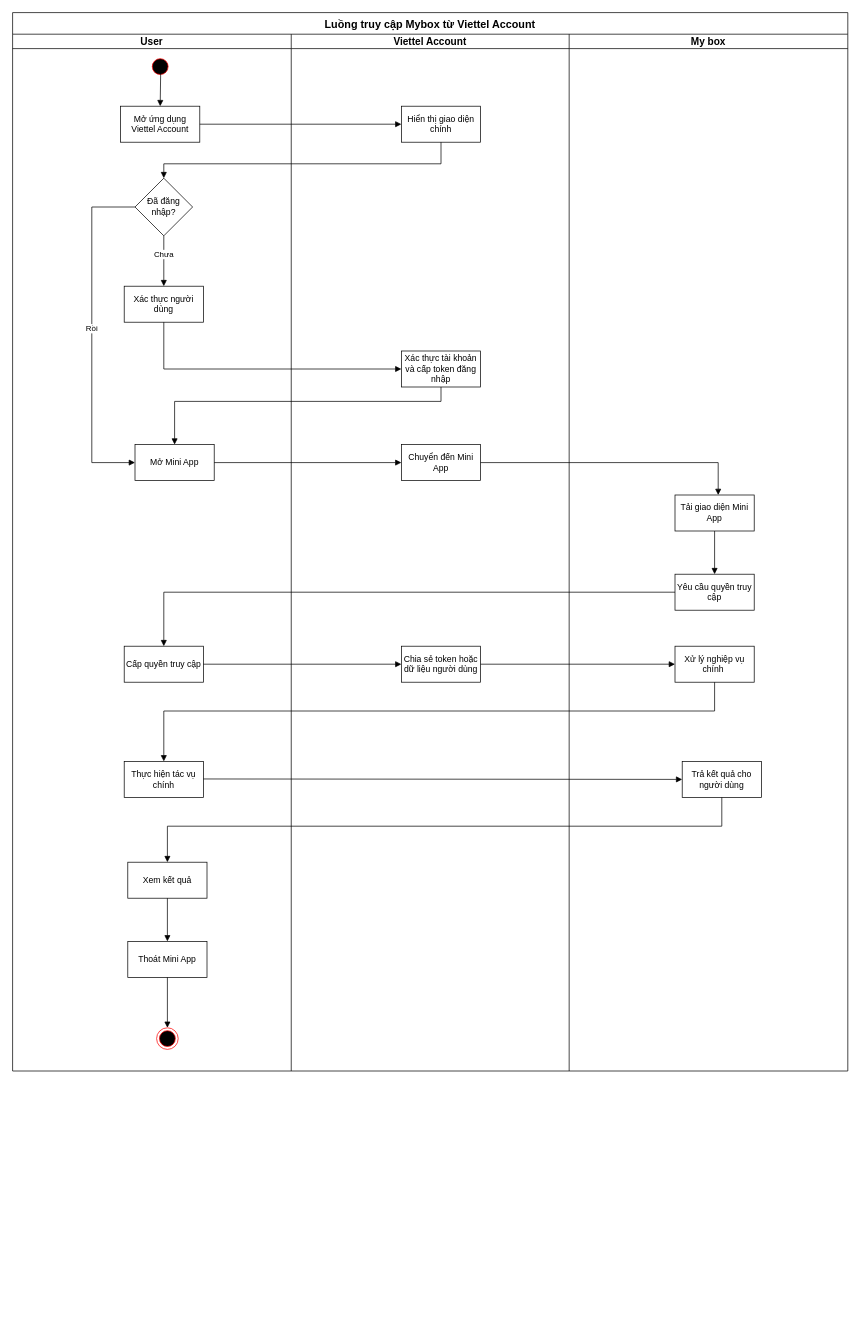
This is page "Trang-2" (2 of 2) of ViettelID.drawio from NamKhanhIT2/draw, a draw.io file, before an edit. Source tidied: cells renumbered, new cells numbered last; positions are measured from the earlier drawing's top-left corner, leaving out a move shared by most shapes. Both pictures are drawn from the tidied source at 72%, with x=0, y=0 at pixel (12, 12).
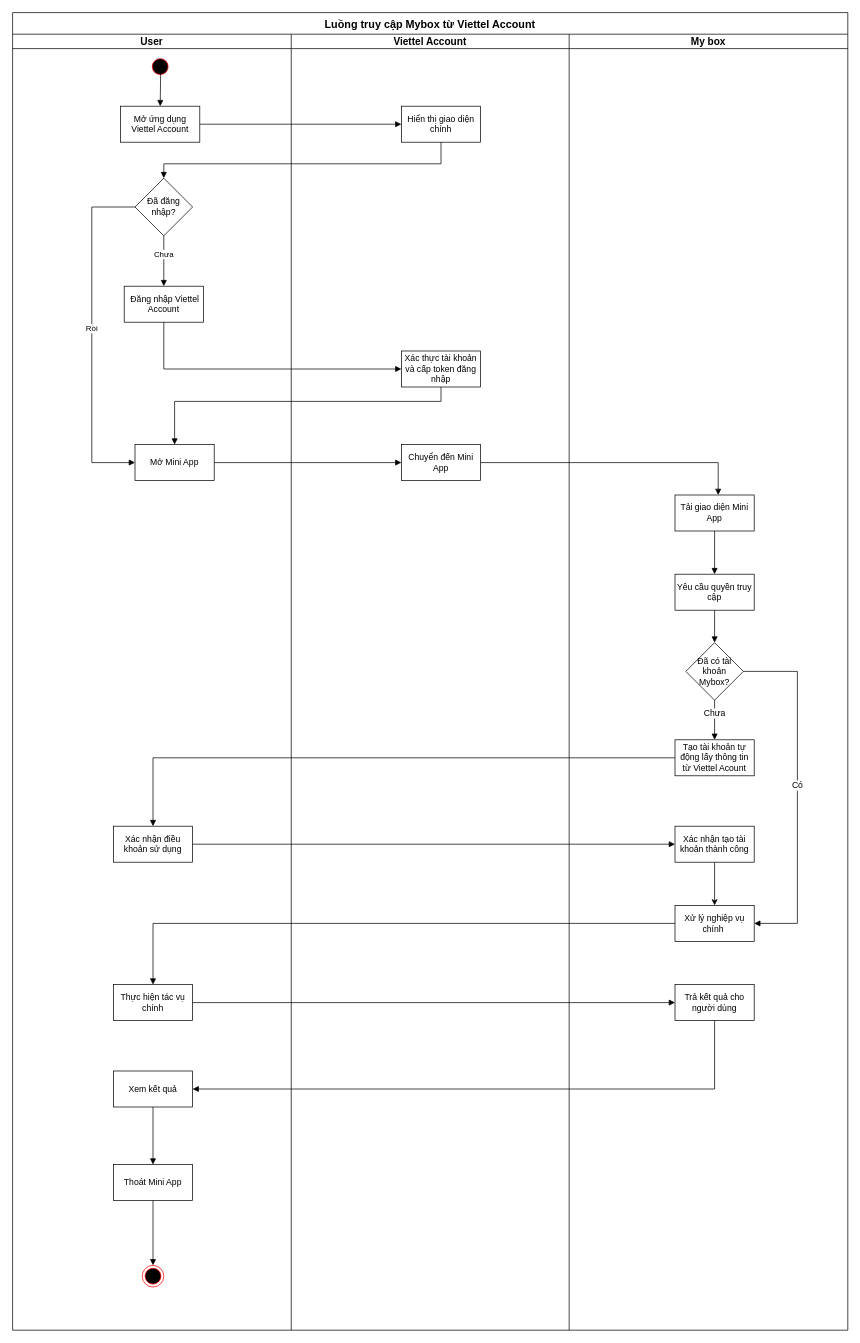
Above is the later version.

Commit message:
Cập nhật ViettelID.drawio

The change refers to these unchanged cells:
```xml
<mxCell id="26" value="Yêu cầu quyền truy cập" style="html=1;whiteSpace=wrap;" parent="1" vertex="1">
  <mxGeometry x="920" y="780" width="110" height="50" as="geometry" />
</mxCell>
```

Change to the diagram source:
```diff
@@
     <mxCell id="2" value="Luồng truy cập Mybox từ Viettel Account" style="shape=table;startSize=30;childLayout=tableLayout;fontSize=15;fontStyle=1;" parent="1" vertex="1">
-      <mxGeometry width="1160" height="1470" as="geometry" />
+      <mxGeometry width="1160" height="1830" as="geometry" />
     </mxCell>
@@
     <mxCell id="7" style="shape=tableRow;horizontal=0;startSize=0;swimlaneHead=0;swimlaneBody=0;strokeColor=inherit;top=0;left=0;bottom=0;right=0;fillColor=none;" parent="2" vertex="1">
-      <mxGeometry y="50" width="1160" height="1420" as="geometry" />
+      <mxGeometry y="50" width="1160" height="1780" as="geometry" />
     </mxCell>
     <mxCell id="8" style="shape=partialRectangle;html=1;whiteSpace=wrap;strokeColor=inherit;overflow=hidden;fillColor=none;top=0;left=0;bottom=0;right=0;" parent="7" vertex="1">
-      <mxGeometry width="387" height="1420" as="geometry" />
+      <mxGeometry width="387" height="1780" as="geometry" />
     </mxCell>
     <mxCell id="9" style="shape=partialRectangle;html=1;whiteSpace=wrap;strokeColor=inherit;overflow=hidden;fillColor=none;top=0;left=0;bottom=0;right=0;" parent="7" vertex="1">
-      <mxGeometry x="387" width="386" height="1420" as="geometry" />
+      <mxGeometry x="387" width="386" height="1780" as="geometry" />
     </mxCell>
     <mxCell id="10" style="shape=partialRectangle;html=1;whiteSpace=wrap;strokeColor=inherit;overflow=hidden;fillColor=none;top=0;left=0;bottom=0;right=0;" parent="7" vertex="1">
-      <mxGeometry x="773" width="387" height="1420" as="geometry" />
+      <mxGeometry x="773" width="387" height="1780" as="geometry" />
     </mxCell>
@@
-    <mxCell id="14" value="Xác thực người dùng" style="html=1;whiteSpace=wrap;" parent="1" vertex="1">
+    <mxCell id="14" value="&amp;nbsp;Đăng nhập Viettel Account" style="html=1;whiteSpace=wrap;" parent="1" vertex="1">
       <mxGeometry x="155" y="380" width="110" height="50" as="geometry" />
     </mxCell>
@@
     <mxCell id="23" style="ellipse;html=1;shape=endState;fillColor=#000000;strokeColor=#ff0000;" parent="1" vertex="1">
-      <mxGeometry x="200" y="1410" width="30" height="30" as="geometry" />
+      <mxGeometry x="180" y="1740" width="30" height="30" as="geometry" />
     </mxCell>
@@
-    <mxCell id="27" value="Cấp quyền truy cập" style="html=1;whiteSpace=wrap;" parent="1" vertex="1">
-      <mxGeometry x="155" y="880" width="110" height="50" as="geometry" />
-    </mxCell>
-    <mxCell id="28" value="Chia sẻ token hoặc dữ liệu người dùng" style="html=1;whiteSpace=wrap;" parent="1" vertex="1">
-      <mxGeometry x="540" y="880" width="110" height="50" as="geometry" />
-    </mxCell>
     <mxCell id="29" value="Xử lý nghiệp vụ chính&amp;nbsp;" style="html=1;whiteSpace=wrap;" parent="1" vertex="1">
-      <mxGeometry x="920" y="880" width="110" height="50" as="geometry" />
+      <mxGeometry x="920" y="1240" width="110" height="50" as="geometry" />
     </mxCell>
     <mxCell id="30" value="Thực hiện tác vụ chính" style="html=1;whiteSpace=wrap;" parent="1" vertex="1">
-      <mxGeometry x="155" y="1040" width="110" height="50" as="geometry" />
+      <mxGeometry x="140" y="1350" width="110" height="50" as="geometry" />
     </mxCell>
     <mxCell id="31" value="Trả kết quả cho người dùng" style="html=1;whiteSpace=wrap;" parent="1" vertex="1">
-      <mxGeometry x="930" y="1040" width="110" height="50" as="geometry" />
+      <mxGeometry x="920" y="1350" width="110" height="50" as="geometry" />
     </mxCell>
     <mxCell id="32" value="Xem kết quả" style="html=1;whiteSpace=wrap;" parent="1" vertex="1">
-      <mxGeometry x="160" y="1180" width="110" height="50" as="geometry" />
+      <mxGeometry x="140" y="1470" width="110" height="50" as="geometry" />
     </mxCell>
     <mxCell id="33" value="Thoát Mini App" style="html=1;whiteSpace=wrap;" parent="1" vertex="1">
-      <mxGeometry x="160" y="1290" width="110" height="50" as="geometry" />
+      <mxGeometry x="140" y="1600" width="110" height="50" as="geometry" />
     </mxCell>
@@
-    <mxCell id="39" style="html=1;verticalAlign=bottom;endArrow=block;curved=0;rounded=0;entryX=0.5;entryY=0;entryDx=0;entryDy=0;exitX=0;exitY=0.5;exitDx=0;exitDy=0;" parent="1" edge="1" source="26" target="27">
-      <mxGeometry relative="1" as="geometry">
-        <Array as="points">
-          <mxPoint x="210" y="805" />
-        </Array>
-      </mxGeometry>
-    </mxCell>
-    <mxCell id="40" style="html=1;verticalAlign=bottom;endArrow=block;curved=0;rounded=0;entryX=0;entryY=0.5;entryDx=0;entryDy=0;exitX=1;exitY=0.5;exitDx=0;exitDy=0;" parent="1" edge="1" source="27" target="28">
-      <mxGeometry relative="1" as="geometry" />
-    </mxCell>
-    <mxCell id="41" style="html=1;verticalAlign=bottom;endArrow=block;curved=0;rounded=0;entryX=0;entryY=0.5;entryDx=0;entryDy=0;exitX=1;exitY=0.5;exitDx=0;exitDy=0;" parent="1" edge="1" source="28" target="29">
-      <mxGeometry relative="1" as="geometry" />
-    </mxCell>
-    <mxCell id="42" style="html=1;verticalAlign=bottom;endArrow=block;curved=0;rounded=0;exitX=0.5;exitY=1;exitDx=0;exitDy=0;entryX=0.5;entryY=0;entryDx=0;entryDy=0;" parent="1" edge="1" source="29" target="30">
-      <mxGeometry relative="1" as="geometry">
-        <Array as="points">
-          <mxPoint x="975" y="970" />
-          <mxPoint x="210" y="970" />
-        </Array>
-      </mxGeometry>
-    </mxCell>
-    <mxCell id="43" style="html=1;verticalAlign=bottom;endArrow=block;curved=0;rounded=0;entryX=0;entryY=0.5;entryDx=0;entryDy=0;" parent="1" edge="1" target="31">
-      <mxGeometry relative="1" as="geometry">
-        <mxPoint x="265" y="1064.4" as="sourcePoint" />
-      </mxGeometry>
-    </mxCell>
-    <mxCell id="44" style="html=1;verticalAlign=bottom;endArrow=block;curved=0;rounded=0;exitX=0.5;exitY=1;exitDx=0;exitDy=0;entryX=0.5;entryY=0;entryDx=0;entryDy=0;" parent="1" edge="1" source="31" target="32">
-      <mxGeometry relative="1" as="geometry">
-        <Array as="points">
-          <mxPoint x="985" y="1130" />
-          <mxPoint x="215" y="1130" />
-        </Array>
-      </mxGeometry>
-    </mxCell>
@@
+    <mxCell id="47" value="Đã có tài khoản Mybox?" style="rhombus;whiteSpace=wrap;html=1;" parent="1" vertex="1">
+      <mxGeometry x="935" y="875" width="80" height="80" as="geometry" />
+    </mxCell>
+    <mxCell id="48" value="Tạo tài khoản tự động lấy thông tin từ Viettel Acount" style="html=1;whiteSpace=wrap;" parent="1" vertex="1">
+      <mxGeometry x="920" y="1010" width="110" height="50" as="geometry" />
+    </mxCell>
+    <mxCell id="49" value="Xác nhận điều khoản sử dụng" style="html=1;whiteSpace=wrap;" parent="1" vertex="1">
+      <mxGeometry x="140" y="1130" width="110" height="50" as="geometry" />
+    </mxCell>
+    <mxCell id="50" style="edgeStyle=orthogonalEdgeStyle;rounded=0;jettySize=auto;html=1;" parent="1" edge="1" source="51" target="29">
+      <mxGeometry relative="1" as="geometry" />
+    </mxCell>
+    <mxCell id="51" value="Xác nhận tạo tài khoản thành công" style="html=1;whiteSpace=wrap;" parent="1" vertex="1">
+      <mxGeometry x="920" y="1130" width="110" height="50" as="geometry" />
+    </mxCell>
+    <mxCell id="52" style="html=1;verticalAlign=bottom;endArrow=block;curved=0;rounded=0;entryX=0.5;entryY=0;entryDx=0;entryDy=0;" parent="1" edge="1" target="47">
+      <mxGeometry relative="1" as="geometry">
+        <mxPoint x="975" y="830" as="sourcePoint" />
+      </mxGeometry>
+    </mxCell>
+    <mxCell id="53" value="&lt;font style=&quot;font-size: 12px;&quot;&gt;Có&lt;/font&gt;" style="html=1;verticalAlign=bottom;endArrow=block;curved=0;rounded=0;exitX=1;exitY=0.5;exitDx=0;exitDy=0;entryX=1;entryY=0.5;entryDx=0;entryDy=0;" parent="1" edge="1" source="47" target="29">
+      <mxGeometry relative="1" as="geometry">
+        <Array as="points">
+          <mxPoint x="1090" y="915" />
+          <mxPoint x="1090" y="1265" />
+        </Array>
+      </mxGeometry>
+    </mxCell>
+    <mxCell id="54" value="&lt;font style=&quot;font-size: 12px;&quot;&gt;Chưa&lt;/font&gt;" style="html=1;verticalAlign=bottom;endArrow=block;curved=0;rounded=0;exitX=0.5;exitY=1;exitDx=0;exitDy=0;entryX=0.5;entryY=0;entryDx=0;entryDy=0;" parent="1" edge="1" source="47" target="48">
+      <mxGeometry relative="1" as="geometry" />
+    </mxCell>
+    <mxCell id="55" style="html=1;verticalAlign=bottom;endArrow=block;curved=0;rounded=0;exitX=0;exitY=0.5;exitDx=0;exitDy=0;entryX=0.5;entryY=0;entryDx=0;entryDy=0;" parent="1" edge="1" source="48" target="49">
+      <mxGeometry relative="1" as="geometry">
+        <Array as="points">
+          <mxPoint x="195" y="1035" />
+        </Array>
+      </mxGeometry>
+    </mxCell>
+    <mxCell id="56" style="html=1;verticalAlign=bottom;endArrow=block;curved=0;rounded=0;" parent="1" edge="1" target="51">
+      <mxGeometry relative="1" as="geometry">
+        <mxPoint x="250" y="1155" as="sourcePoint" />
+      </mxGeometry>
+    </mxCell>
+    <mxCell id="42" style="html=1;verticalAlign=bottom;endArrow=block;curved=0;rounded=0;exitX=0;exitY=0.5;exitDx=0;exitDy=0;entryX=0.5;entryY=0;entryDx=0;entryDy=0;" parent="1" edge="1" source="29" target="30">
+      <mxGeometry relative="1" as="geometry">
+        <Array as="points">
+          <mxPoint x="195" y="1265" />
+        </Array>
+      </mxGeometry>
+    </mxCell>
+    <mxCell id="57" style="html=1;verticalAlign=bottom;endArrow=block;curved=0;rounded=0;" parent="1" edge="1" target="31">
+      <mxGeometry relative="1" as="geometry">
+        <mxPoint x="250" y="1375" as="sourcePoint" />
+      </mxGeometry>
+    </mxCell>
+    <mxCell id="44" style="html=1;verticalAlign=bottom;endArrow=block;curved=0;rounded=0;exitX=0.5;exitY=1;exitDx=0;exitDy=0;entryX=1;entryY=0.5;entryDx=0;entryDy=0;" parent="1" edge="1" source="31" target="32">
+      <mxGeometry relative="1" as="geometry">
+        <Array as="points">
+          <mxPoint x="975" y="1495" />
+        </Array>
+      </mxGeometry>
+    </mxCell>
```
